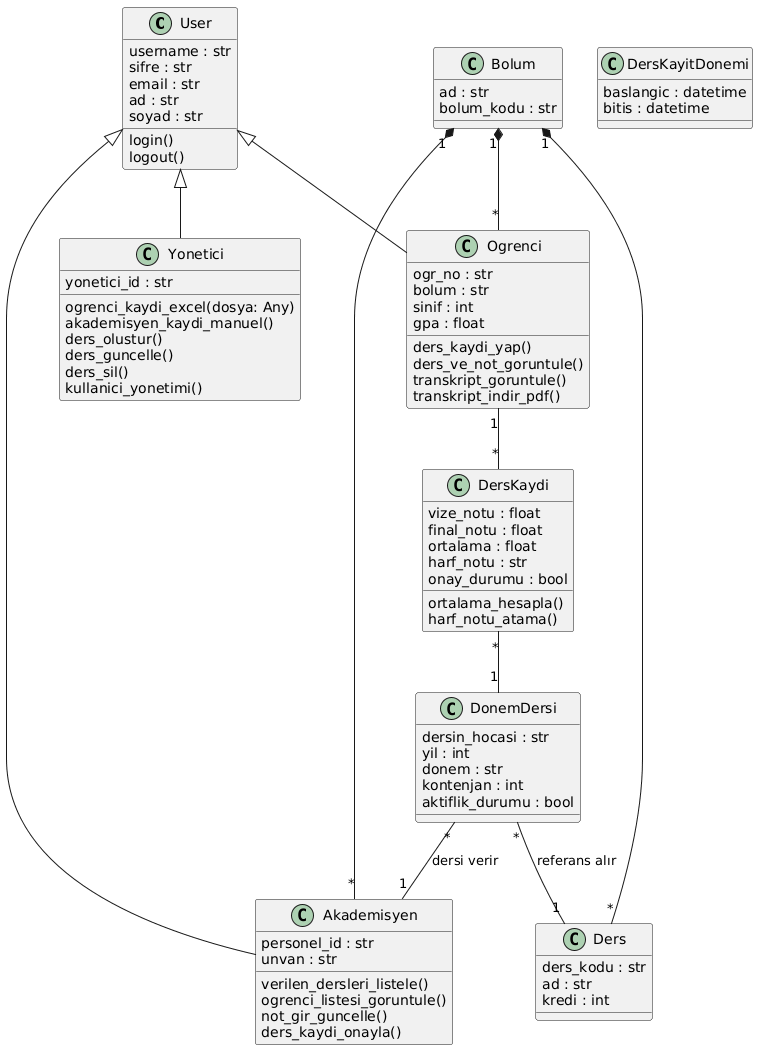
Above: assets/class_diagram.png in Esat-cpu/proje-obs (PlantUML), before the change.
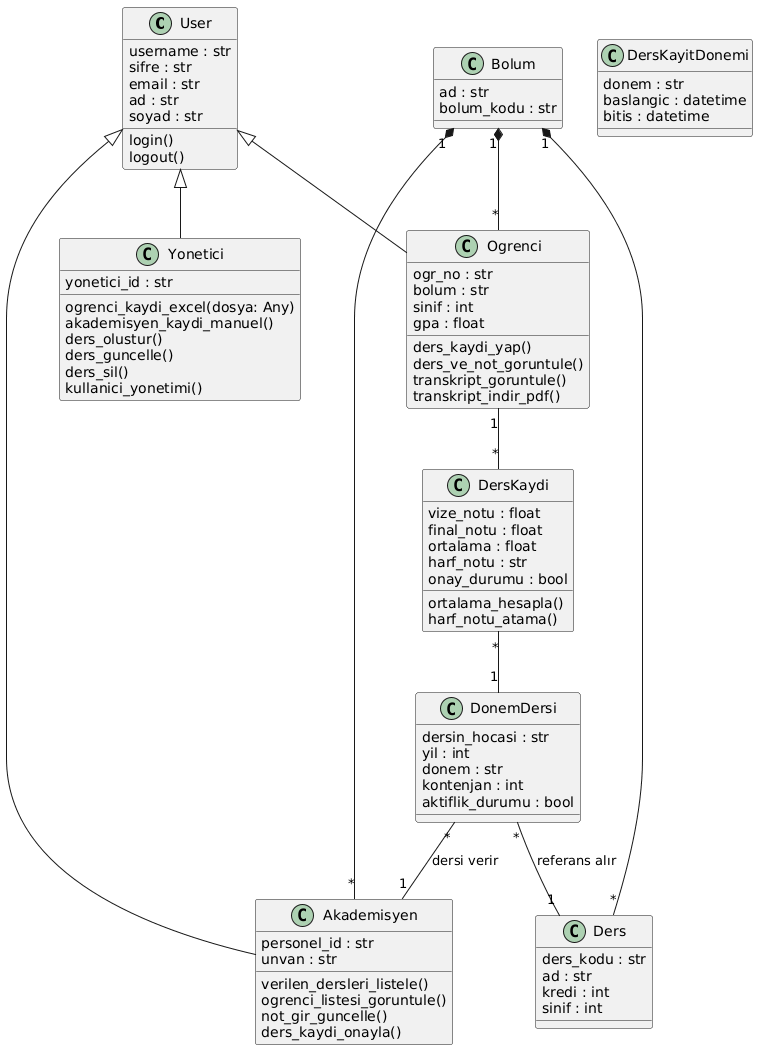
Later version of the same file.

Commit message:
docs: sinif diyagraminda DersKayitDonemi ve Ders siniflarini guncelle

The edit, as a diff of the source:
```diff
@@ -49,6 +49,7 @@
   ders_kodu : str
   ad : str
   kredi : int
+  sinif : int
 }
 
 class DonemDersi {
@@ -70,9 +71,11 @@
 }
 
 class DersKayitDonemi {
+    donem : str
     baslangic : datetime
     bitis : datetime
 }
+
 
 
 User <|-- Ogrenci
```
